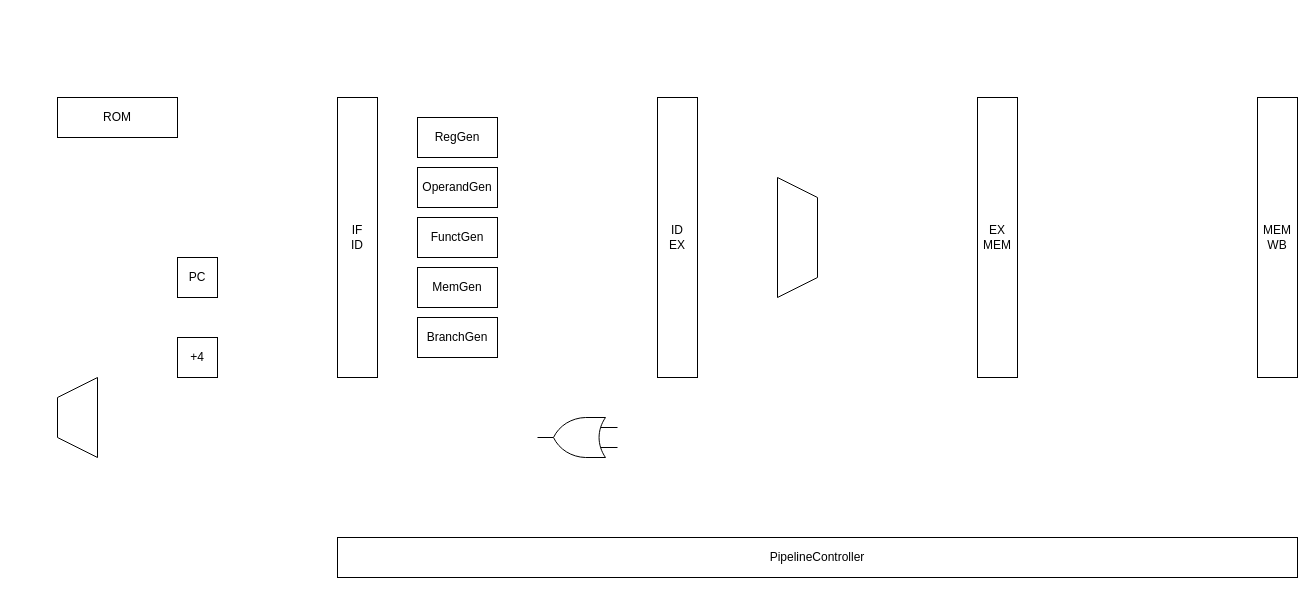
Before: TinyMIPS.drawio in umiskky/Diagrams, a draw.io diagram. Source tidied: cells renumbered, new cells numbered last; positions are measured from the earlier drawing's top-left corner, leaving out a move shared by most shapes. Both pictures are drawn from the tidied source at 100%, with x=0, y=0 at pixel (57, 97).
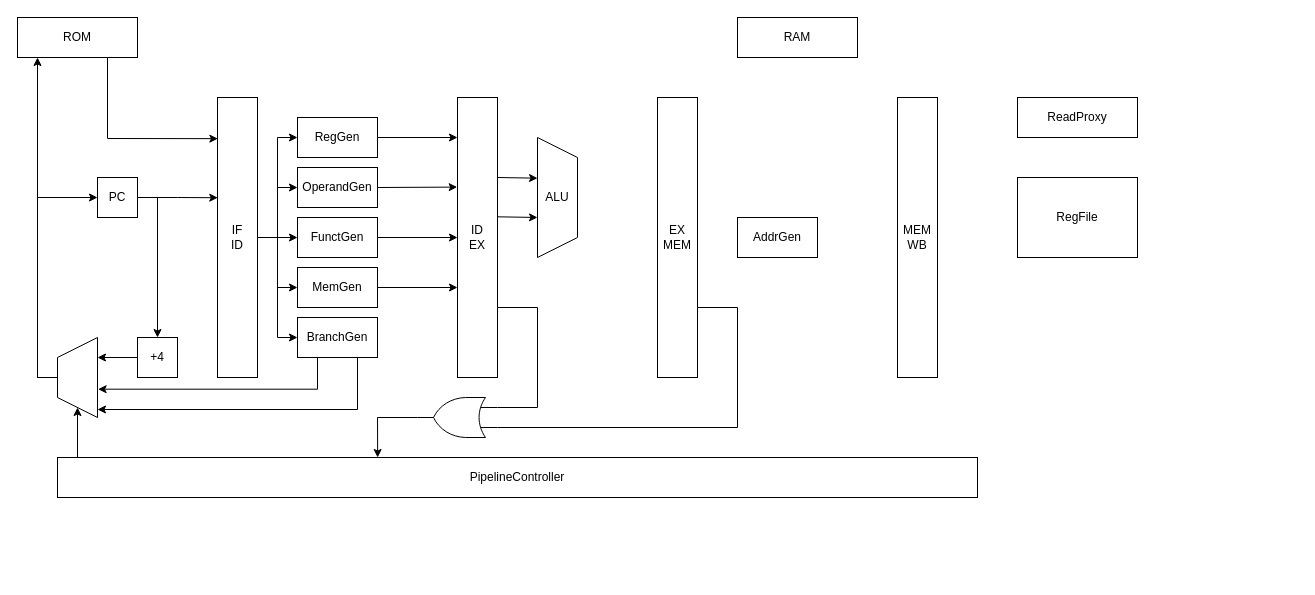
The same page after the edit.

The edit, as a diff of the source:
```diff
@@
+    <mxCell id="18" style="edgeStyle=none;rounded=0;jettySize=auto;html=1;exitX=0.75;exitY=1;exitDx=0;exitDy=0;entryX=0.009;entryY=0.147;entryDx=0;entryDy=0;entryPerimeter=0;" parent="1" edge="1" source="2" target="6">
+      <mxGeometry relative="1" as="geometry">
+        <Array as="points">
+          <mxPoint x="50" y="41" />
+        </Array>
+      </mxGeometry>
+    </mxCell>
     <mxCell id="2" value="ROM" style="rounded=0;whiteSpace=wrap;html=1;" parent="1" vertex="1">
-      <mxGeometry width="120" height="40" as="geometry" />
+      <mxGeometry x="-40" y="-80" width="120" height="40" as="geometry" />
     </mxCell>
+    <mxCell id="19" style="edgeStyle=orthogonalEdgeStyle;rounded=0;jettySize=auto;html=1;exitX=1;exitY=0.5;exitDx=0;exitDy=0;entryX=0.5;entryY=0;entryDx=0;entryDy=0;" parent="1" edge="1" source="3" target="5">
+      <mxGeometry relative="1" as="geometry" />
+    </mxCell>
+    <mxCell id="20" style="edgeStyle=orthogonalEdgeStyle;rounded=0;jettySize=auto;html=1;exitX=1;exitY=0.5;exitDx=0;exitDy=0;entryX=0.007;entryY=0.358;entryDx=0;entryDy=0;entryPerimeter=0;" parent="1" edge="1" source="3" target="6">
+      <mxGeometry relative="1" as="geometry" />
+    </mxCell>
     <mxCell id="3" value="PC" style="rounded=0;whiteSpace=wrap;html=1;" parent="1" vertex="1">
-      <mxGeometry x="120" y="160" width="40" height="40" as="geometry" />
+      <mxGeometry x="40" y="80" width="40" height="40" as="geometry" />
     </mxCell>
+    <mxCell id="21" style="edgeStyle=orthogonalEdgeStyle;rounded=0;jettySize=auto;html=1;exitX=0.5;exitY=0;exitDx=0;exitDy=0;" parent="1" edge="1" source="4">
+      <mxGeometry relative="1" as="geometry">
+        <mxPoint x="-20" y="-40" as="targetPoint" />
+      </mxGeometry>
+    </mxCell>
+    <mxCell id="22" style="edgeStyle=orthogonalEdgeStyle;rounded=0;jettySize=auto;html=1;exitX=0.5;exitY=0;exitDx=0;exitDy=0;entryX=0;entryY=0.5;entryDx=0;entryDy=0;" parent="1" edge="1" source="4" target="3">
+      <mxGeometry relative="1" as="geometry" />
+    </mxCell>
     <mxCell id="4" style="shape=trapezoid;perimeter=trapezoidPerimeter;whiteSpace=wrap;html=1;fixedSize=1;direction=north;" parent="1" vertex="1">
-      <mxGeometry y="280" width="40" height="80" as="geometry" />
+      <mxGeometry y="240" width="40" height="80" as="geometry" />
     </mxCell>
+    <mxCell id="23" style="edgeStyle=orthogonalEdgeStyle;rounded=0;jettySize=auto;html=1;exitX=0;exitY=0.5;exitDx=0;exitDy=0;entryX=0.75;entryY=1;entryDx=0;entryDy=0;" parent="1" edge="1" source="5" target="4">
+      <mxGeometry relative="1" as="geometry" />
+    </mxCell>
     <mxCell id="5" value="+4" style="whiteSpace=wrap;html=1;" parent="1" vertex="1">
-      <mxGeometry x="120" y="240" width="40" height="40" as="geometry" />
+      <mxGeometry x="80" y="240" width="40" height="40" as="geometry" />
     </mxCell>
+    <mxCell id="24" style="edgeStyle=none;rounded=0;jettySize=auto;html=1;exitX=1;exitY=0.5;exitDx=0;exitDy=0;entryX=0;entryY=0.5;entryDx=0;entryDy=0;" parent="1" edge="1" source="6" target="13">
+      <mxGeometry relative="1" as="geometry">
+        <Array as="points">
+          <mxPoint x="220" y="140" />
+        </Array>
+      </mxGeometry>
+    </mxCell>
+    <mxCell id="25" style="edgeStyle=none;rounded=0;jettySize=auto;html=1;exitX=1;exitY=0.5;exitDx=0;exitDy=0;entryX=0;entryY=0.5;entryDx=0;entryDy=0;" parent="1" edge="1" source="6" target="12">
+      <mxGeometry relative="1" as="geometry">
+        <Array as="points">
+          <mxPoint x="220" y="140" />
+          <mxPoint x="220" y="90" />
+        </Array>
+      </mxGeometry>
+    </mxCell>
+    <mxCell id="26" style="edgeStyle=none;rounded=0;jettySize=auto;html=1;exitX=1;exitY=0.5;exitDx=0;exitDy=0;entryX=0;entryY=0.5;entryDx=0;entryDy=0;" parent="1" edge="1" source="6" target="11">
+      <mxGeometry relative="1" as="geometry">
+        <Array as="points">
+          <mxPoint x="220" y="140" />
+          <mxPoint x="220" y="40" />
+        </Array>
+      </mxGeometry>
+    </mxCell>
+    <mxCell id="27" style="edgeStyle=none;rounded=0;jettySize=auto;html=1;exitX=1;exitY=0.5;exitDx=0;exitDy=0;entryX=0;entryY=0.5;entryDx=0;entryDy=0;" parent="1" edge="1" source="6" target="15">
+      <mxGeometry relative="1" as="geometry">
+        <Array as="points">
+          <mxPoint x="220" y="140" />
+          <mxPoint x="220" y="240" />
+        </Array>
+      </mxGeometry>
+    </mxCell>
+    <mxCell id="28" style="edgeStyle=none;rounded=0;jettySize=auto;html=1;exitX=1;exitY=0.5;exitDx=0;exitDy=0;entryX=0;entryY=0.5;entryDx=0;entryDy=0;" parent="1" edge="1" source="6" target="14">
+      <mxGeometry relative="1" as="geometry">
+        <Array as="points">
+          <mxPoint x="220" y="140" />
+          <mxPoint x="220" y="190" />
+        </Array>
+      </mxGeometry>
+    </mxCell>
     <mxCell id="6" value="IF&lt;br&gt;ID" style="rounded=0;whiteSpace=wrap;html=1;" parent="1" vertex="1">
-      <mxGeometry x="280" width="40" height="280" as="geometry" />
+      <mxGeometry x="160" width="40" height="280" as="geometry" />
     </mxCell>
+    <mxCell id="29" style="edgeStyle=none;rounded=0;jettySize=auto;html=1;exitX=1;exitY=0.75;exitDx=0;exitDy=0;entryX=0;entryY=0.75;entryDx=0;entryDy=0;entryPerimeter=0;endArrow=none;" parent="1" edge="1" source="7" target="16">
+      <mxGeometry relative="1" as="geometry">
+        <Array as="points">
+          <mxPoint x="480" y="210" />
+          <mxPoint x="480" y="310" />
+        </Array>
+      </mxGeometry>
+    </mxCell>
     <mxCell id="7" value="ID&lt;br&gt;EX" style="rounded=0;whiteSpace=wrap;html=1;" parent="1" vertex="1">
-      <mxGeometry x="600" width="40" height="280" as="geometry" />
+      <mxGeometry x="400" width="40" height="280" as="geometry" />
     </mxCell>
+    <mxCell id="30" style="edgeStyle=none;rounded=0;jettySize=auto;html=1;exitX=1;exitY=0.75;exitDx=0;exitDy=0;entryX=0;entryY=0.25;entryDx=0;entryDy=0;entryPerimeter=0;endArrow=none;" parent="1" edge="1" source="8" target="16">
+      <mxGeometry relative="1" as="geometry">
+        <Array as="points">
+          <mxPoint x="680" y="210" />
+          <mxPoint x="680" y="330" />
+        </Array>
+      </mxGeometry>
+    </mxCell>
     <mxCell id="8" value="EX&lt;br&gt;MEM" style="rounded=0;whiteSpace=wrap;html=1;" parent="1" vertex="1">
-      <mxGeometry x="920" width="40" height="280" as="geometry" />
+      <mxGeometry x="600" width="40" height="280" as="geometry" />
     </mxCell>
     <mxCell id="9" value="MEM&lt;br&gt;WB" style="rounded=0;whiteSpace=wrap;html=1;" parent="1" vertex="1">
-      <mxGeometry x="1200" width="40" height="280" as="geometry" />
+      <mxGeometry x="840" width="40" height="280" as="geometry" />
     </mxCell>
     <mxCell id="10" value="PipelineController" style="rounded=0;whiteSpace=wrap;html=1;" parent="1" vertex="1">
-      <mxGeometry x="280" y="440" width="960" height="40" as="geometry" />
+      <mxGeometry y="360" width="920" height="40" as="geometry" />
     </mxCell>
+    <mxCell id="31" style="edgeStyle=none;rounded=0;jettySize=auto;html=1;exitX=1;exitY=0.5;exitDx=0;exitDy=0;" parent="1" edge="1" source="11">
+      <mxGeometry relative="1" as="geometry">
+        <mxPoint x="400" y="40" as="targetPoint" />
+      </mxGeometry>
+    </mxCell>
     <mxCell id="11" value="RegGen" style="rounded=0;whiteSpace=wrap;html=1;" parent="1" vertex="1">
-      <mxGeometry x="360" y="20" width="80" height="40" as="geometry" />
+      <mxGeometry x="240" y="20" width="80" height="40" as="geometry" />
     </mxCell>
+    <mxCell id="32" style="edgeStyle=none;rounded=0;jettySize=auto;html=1;exitX=1;exitY=0.5;exitDx=0;exitDy=0;entryX=-0.008;entryY=0.32;entryDx=0;entryDy=0;entryPerimeter=0;" parent="1" edge="1" source="12" target="7">
+      <mxGeometry relative="1" as="geometry" />
+    </mxCell>
     <mxCell id="12" value="&lt;span&gt;OperandGen&lt;/span&gt;" style="rounded=0;whiteSpace=wrap;html=1;" parent="1" vertex="1">
-      <mxGeometry x="360" y="70" width="80" height="40" as="geometry" />
+      <mxGeometry x="240" y="70" width="80" height="40" as="geometry" />
     </mxCell>
+    <mxCell id="33" style="edgeStyle=none;rounded=0;jettySize=auto;html=1;exitX=1;exitY=0.5;exitDx=0;exitDy=0;entryX=0;entryY=0.5;entryDx=0;entryDy=0;" parent="1" edge="1" source="13" target="7">
+      <mxGeometry relative="1" as="geometry" />
+    </mxCell>
     <mxCell id="13" value="FunctGen" style="rounded=0;whiteSpace=wrap;html=1;" parent="1" vertex="1">
-      <mxGeometry x="360" y="120" width="80" height="40" as="geometry" />
+      <mxGeometry x="240" y="120" width="80" height="40" as="geometry" />
     </mxCell>
+    <mxCell id="34" style="edgeStyle=none;rounded=0;jettySize=auto;html=1;exitX=1;exitY=0.5;exitDx=0;exitDy=0;" parent="1" edge="1" source="14">
+      <mxGeometry relative="1" as="geometry">
+        <mxPoint x="400" y="190" as="targetPoint" />
+      </mxGeometry>
+    </mxCell>
     <mxCell id="14" value="MemGen" style="rounded=0;whiteSpace=wrap;html=1;" parent="1" vertex="1">
-      <mxGeometry x="360" y="170" width="80" height="40" as="geometry" />
+      <mxGeometry x="240" y="170" width="80" height="40" as="geometry" />
     </mxCell>
+    <mxCell id="35" style="edgeStyle=orthogonalEdgeStyle;rounded=0;jettySize=auto;html=1;exitX=0.25;exitY=1;exitDx=0;exitDy=0;entryX=0.354;entryY=1.015;entryDx=0;entryDy=0;entryPerimeter=0;" parent="1" edge="1" source="15" target="4">
+      <mxGeometry relative="1" as="geometry" />
+    </mxCell>
+    <mxCell id="36" style="edgeStyle=orthogonalEdgeStyle;rounded=0;jettySize=auto;html=1;exitX=0.75;exitY=1;exitDx=0;exitDy=0;" parent="1" edge="1" source="15">
+      <mxGeometry relative="1" as="geometry">
+        <mxPoint x="40" y="312" as="targetPoint" />
+        <Array as="points">
+          <mxPoint x="300" y="312" />
+        </Array>
+      </mxGeometry>
+    </mxCell>
     <mxCell id="15" value="BranchGen" style="rounded=0;whiteSpace=wrap;html=1;" parent="1" vertex="1">
-      <mxGeometry x="360" y="220" width="80" height="40" as="geometry" />
+      <mxGeometry x="240" y="220" width="80" height="40" as="geometry" />
     </mxCell>
+    <mxCell id="37" style="edgeStyle=none;rounded=0;jettySize=auto;html=1;entryX=0.348;entryY=0;entryDx=0;entryDy=0;entryPerimeter=0;exitX=1;exitY=0.5;exitDx=0;exitDy=0;exitPerimeter=0;anchorPointDirection=1;" parent="1" edge="1" source="16" target="10">
+      <mxGeometry relative="1" as="geometry">
+        <Array as="points">
+          <mxPoint x="320" y="320" />
+        </Array>
+      </mxGeometry>
+    </mxCell>
     <mxCell id="16" style="verticalLabelPosition=bottom;shadow=0;dashed=0;align=center;html=1;verticalAlign=top;shape=mxgraph.electrical.logic_gates.logic_gate;operation=or;direction=west;" parent="1" vertex="1">
-      <mxGeometry x="480" y="320" width="80" height="40" as="geometry" />
+      <mxGeometry x="360" y="300" width="80" height="40" as="geometry" />
     </mxCell>
-    <mxCell id="17" style="shape=trapezoid;perimeter=trapezoidPerimeter;whiteSpace=wrap;html=1;fixedSize=1;direction=south;" parent="1" vertex="1">
-      <mxGeometry x="720" y="80" width="40" height="120" as="geometry" />
+    <mxCell id="17" value="ALU" style="shape=trapezoid;perimeter=trapezoidPerimeter;whiteSpace=wrap;html=1;fixedSize=1;direction=south;" parent="1" vertex="1">
+      <mxGeometry x="480" y="40" width="40" height="120" as="geometry" />
     </mxCell>
+    <mxCell id="38" value="RAM" style="rounded=0;whiteSpace=wrap;html=1;" parent="1" vertex="1">
+      <mxGeometry x="680" y="-80" width="120" height="40" as="geometry" />
+    </mxCell>
+    <mxCell id="39" value="&lt;span&gt;AddrGen&lt;/span&gt;" style="rounded=0;whiteSpace=wrap;html=1;" parent="1" vertex="1">
+      <mxGeometry x="680" y="120" width="80" height="40" as="geometry" />
+    </mxCell>
+    <mxCell id="40" value="ReadProxy" style="rounded=0;whiteSpace=wrap;html=1;" parent="1" vertex="1">
+      <mxGeometry x="960" width="120" height="40" as="geometry" />
+    </mxCell>
+    <mxCell id="41" value="RegFile" style="rounded=0;whiteSpace=wrap;html=1;" parent="1" vertex="1">
+      <mxGeometry x="960" y="80" width="120" height="80" as="geometry" />
+    </mxCell>
+    <mxCell id="42" style="endArrow=classic;html=1;entryX=0;entryY=0.5;entryDx=0;entryDy=0;" parent="1" edge="1" target="4">
+      <mxGeometry relative="1" as="geometry">
+        <mxPoint x="20" y="360" as="sourcePoint" />
+      </mxGeometry>
+    </mxCell>
+    <mxCell id="43" style="endArrow=classic;html=1;entryX=0.339;entryY=1;entryDx=0;entryDy=0;entryPerimeter=0;" parent="1" edge="1" target="17">
+      <mxGeometry relative="1" as="geometry">
+        <mxPoint x="440" y="80" as="sourcePoint" />
+      </mxGeometry>
+    </mxCell>
+    <mxCell id="44" style="endArrow=classic;html=1;entryX=0.339;entryY=1;entryDx=0;entryDy=0;entryPerimeter=0;" parent="1" edge="1">
+      <mxGeometry relative="1" as="geometry">
+        <mxPoint x="440" y="119.3" as="sourcePoint" />
+        <mxPoint x="480" y="120" as="targetPoint" />
+      </mxGeometry>
+    </mxCell>
```
